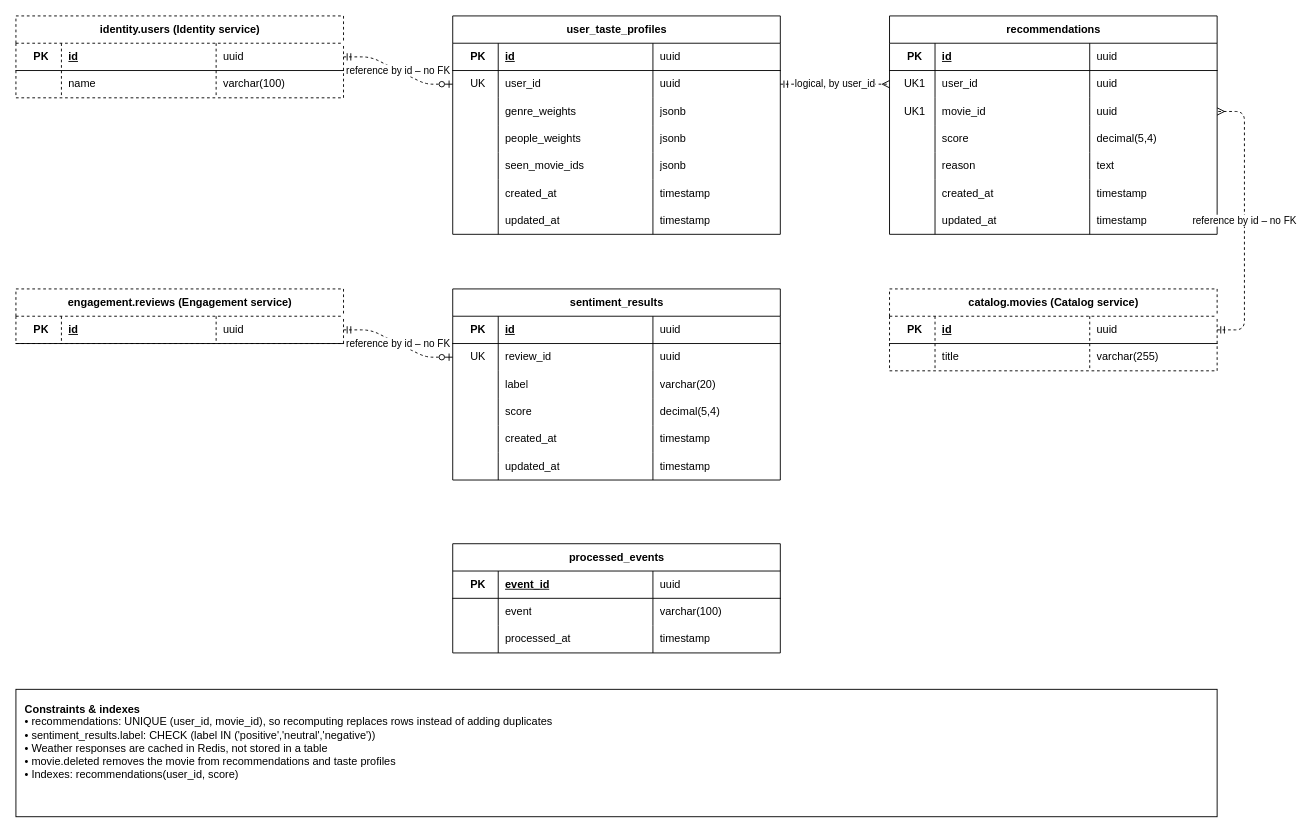
MariaMakary/MoviePlatform keeps this draw.io diagram as docs/erd/intelligence-erd.drawio. Above is the earlier version. Source tidied: cells renumbered, new cells numbered last; positions are measured from the earlier drawing's top-left corner, leaving out a move shared by most shapes. Both pictures are drawn from the tidied source at 91%, with x=0, y=0 at pixel (15, 15).
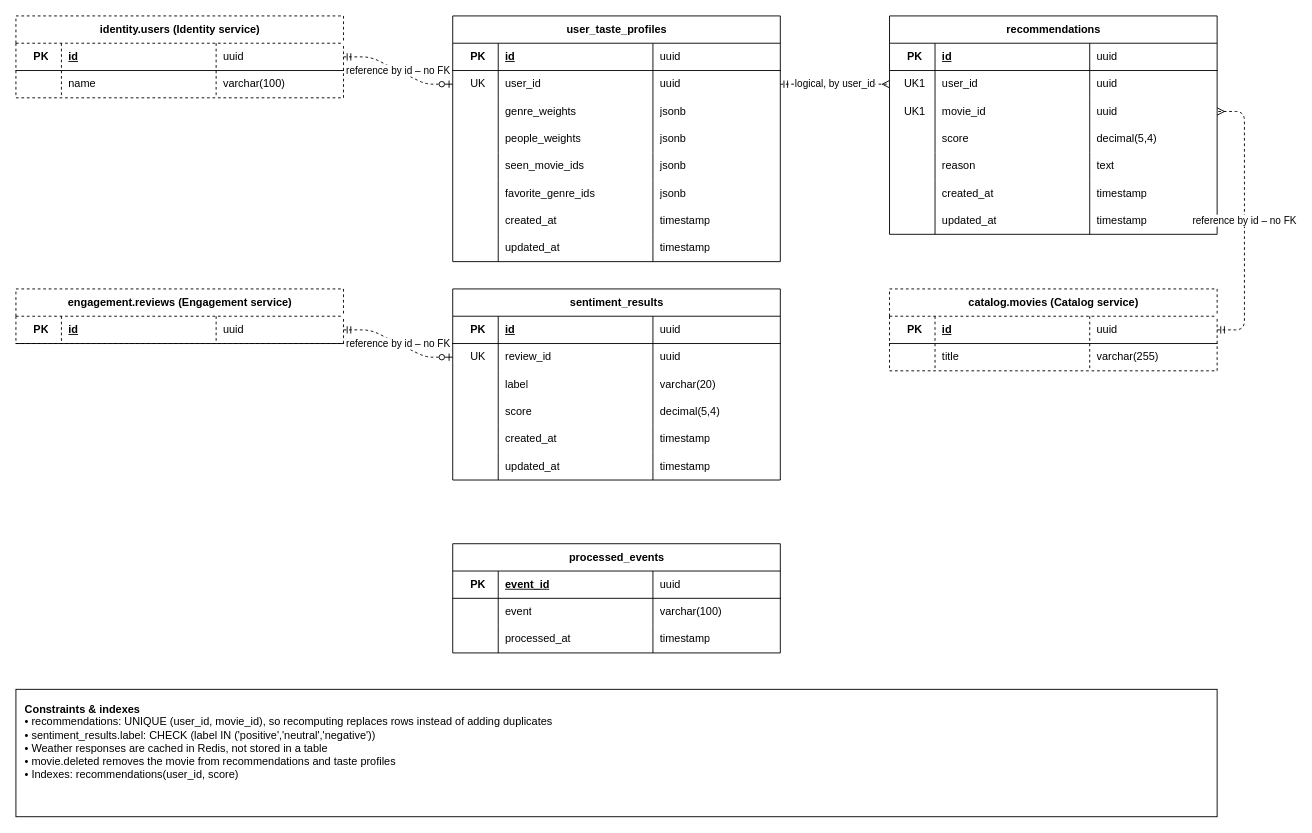
After the change.

What changed in the source:
```diff
@@
     <mxCell id="11" value="user_taste_profiles" style="shape=table;startSize=30;childLayout=tableLayout;rowLines=0;fontStyle=1;align=center;html=1;fillColor=#FFFFFF;strokeColor=#000000;fontColor=#000000;fontFamily=Arial;" parent="1" vertex="1">
-      <mxGeometry x="480" width="360" height="240" as="geometry" />
+      <mxGeometry x="480" width="360" height="270" as="geometry" />
     </mxCell>
@@
+    <mxCell id="126" style="shape=tableRow;horizontal=0;startSize=0;swimlaneHead=0;swimlaneBody=0;fillColor=none;top=0;left=0;right=0;bottom=0;html=1;strokeColor=#000000;" parent="11" vertex="1">
+      <mxGeometry y="180" width="360" height="30" as="geometry" />
+    </mxCell>
+    <mxCell id="127" style="shape=partialRectangle;fillColor=none;top=0;left=0;bottom=0;right=0;overflow=hidden;whiteSpace=wrap;html=1;align=center;spacingLeft=6;fontFamily=Arial;fontColor=#000000;" parent="126" vertex="1">
+      <mxGeometry width="50" height="30" as="geometry" />
+    </mxCell>
+    <mxCell id="128" value="favorite_genre_ids" style="shape=partialRectangle;fillColor=none;top=0;left=0;bottom=0;right=0;overflow=hidden;whiteSpace=wrap;html=1;align=left;spacingLeft=6;fontFamily=Arial;fontColor=#000000;" parent="126" vertex="1">
+      <mxGeometry x="50" width="170" height="30" as="geometry" />
+    </mxCell>
+    <mxCell id="129" value="jsonb" style="shape=partialRectangle;fillColor=none;top=0;left=0;bottom=0;right=0;overflow=hidden;whiteSpace=wrap;html=1;align=left;spacingLeft=6;fontFamily=Arial;fontColor=#000000;" parent="126" vertex="1">
+      <mxGeometry x="220" width="140" height="30" as="geometry" />
+    </mxCell>
     <mxCell id="32" style="shape=tableRow;horizontal=0;startSize=0;swimlaneHead=0;swimlaneBody=0;fillColor=none;top=0;left=0;right=0;bottom=0;html=1;strokeColor=#000000;" parent="11" vertex="1">
-      <mxGeometry y="180" width="360" height="30" as="geometry" />
+      <mxGeometry y="210" width="360" height="30" as="geometry" />
     </mxCell>
@@
     <mxCell id="36" style="shape=tableRow;horizontal=0;startSize=0;swimlaneHead=0;swimlaneBody=0;fillColor=none;top=0;left=0;right=0;bottom=0;html=1;strokeColor=#000000;" parent="11" vertex="1">
-      <mxGeometry y="210" width="360" height="30" as="geometry" />
+      <mxGeometry y="240" width="360" height="30" as="geometry" />
     </mxCell>
```
